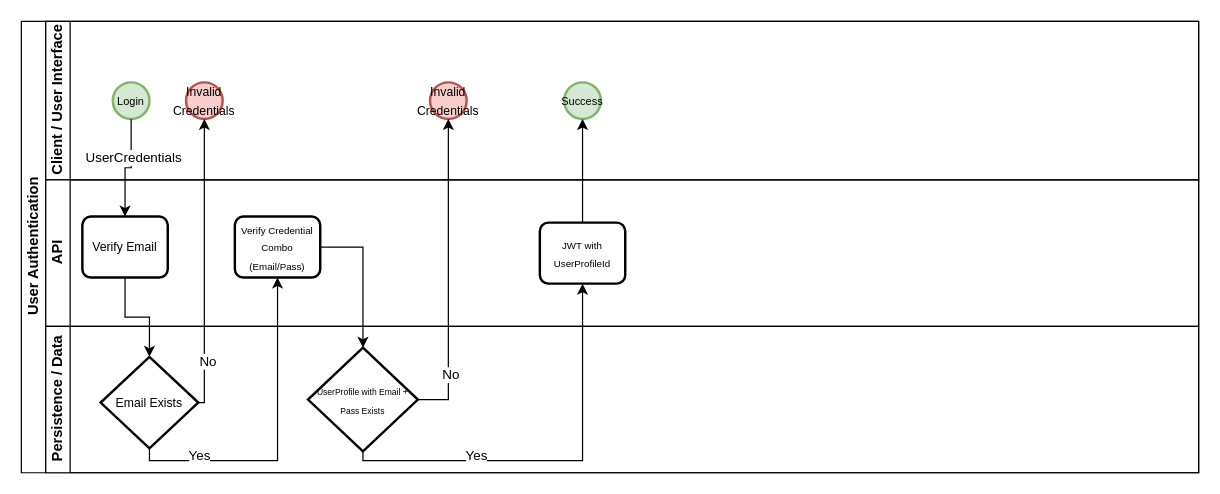
Earlier version of the draw.io diagram docs/UserAuthJourney.drawio (PatersonMichael/cs2-honors-project-knowledge-base-app). Source tidied: cells renumbered, new cells numbered last; positions are measured from the earlier drawing's top-left corner, leaving out a move shared by most shapes. Both pictures are drawn from the tidied source at 122%, with x=0, y=0 at pixel (21, 21).
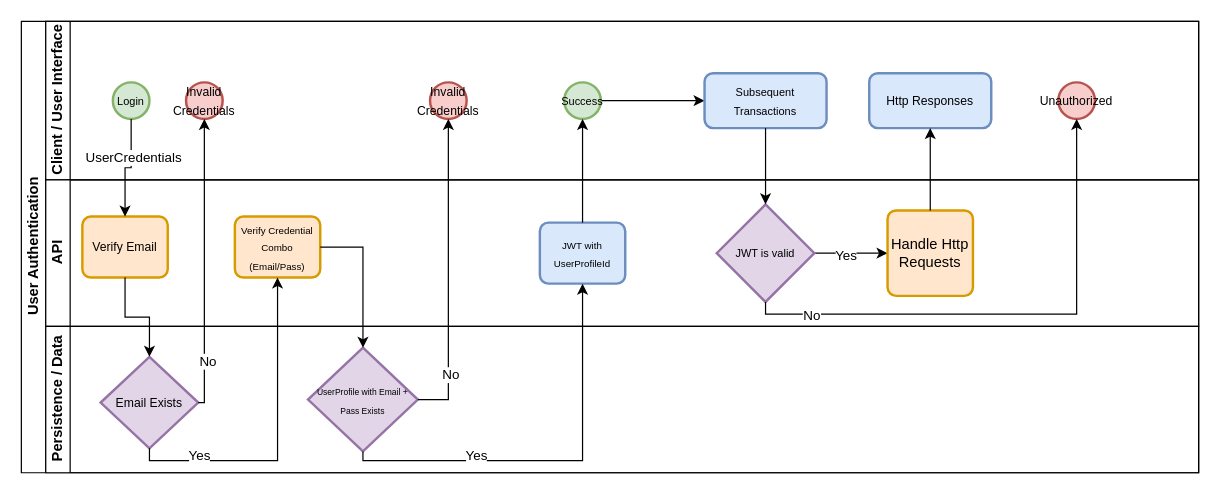
The same page after the edit.

The change refers to these unchanged cells:
```xml
<mxCell id="2" value="User Authentication" style="swimlane;horizontal=0;startSize=20;html=1;" parent="1" vertex="1">
  <mxGeometry width="965" height="370" as="geometry" />
</mxCell>
<mxCell id="3" value="Client / User Interface" style="swimlane;startSize=20;horizontal=0;html=1;" parent="2" vertex="1">
  <mxGeometry x="20" width="945" height="130" as="geometry" />
</mxCell>
<mxCell id="4" value="&lt;font style=&quot;font-size: 9px;&quot;&gt;Success&lt;/font&gt;" style="strokeWidth=2;html=1;shape=mxgraph.flowchart.start_2;whiteSpace=wrap;fillColor=#d5e8d4;strokeColor=#82b366;" parent="3" vertex="1">
  <mxGeometry x="425" y="50" width="30" height="30" as="geometry" />
</mxCell>
<mxCell id="8" value="API" style="swimlane;startSize=20;horizontal=0;html=1;" parent="2" vertex="1">
  <mxGeometry x="20" y="130" width="945" height="120" as="geometry" />
</mxCell>
<mxCell id="12" value="Persistence / Data" style="swimlane;startSize=20;horizontal=0;html=1;" parent="2" vertex="1">
  <mxGeometry x="20" y="250" width="945" height="120" as="geometry" />
</mxCell>
```

Diff of the diagram source:
```diff
@@
+    <mxCell id="28" style="edgeStyle=orthogonalEdgeStyle;rounded=0;jettySize=auto;html=1;" parent="3" edge="1" source="4" target="29">
+      <mxGeometry relative="1" as="geometry" />
+    </mxCell>
@@
+    <mxCell id="29" value="&lt;font style=&quot;font-size: 9px;&quot;&gt;Subsequent Transactions&lt;/font&gt;" style="rounded=1;whiteSpace=wrap;html=1;absoluteArcSize=1;arcSize=14;strokeWidth=2;fillColor=#dae8fc;strokeColor=#6c8ebf;" parent="3" vertex="1">
+      <mxGeometry x="540" y="42.5" width="100" height="45" as="geometry" />
+    </mxCell>
+    <mxCell id="30" value="&lt;font size=&quot;1&quot;&gt;Http Responses&lt;/font&gt;" style="rounded=1;whiteSpace=wrap;html=1;absoluteArcSize=1;arcSize=14;strokeWidth=2;fillColor=#dae8fc;strokeColor=#6c8ebf;" parent="3" vertex="1">
+      <mxGeometry x="675" y="42.5" width="100" height="45" as="geometry" />
+    </mxCell>
+    <mxCell id="31" value="&lt;font size=&quot;1&quot;&gt;Unauthorized&lt;/font&gt;" style="strokeWidth=2;html=1;shape=mxgraph.flowchart.start_2;whiteSpace=wrap;fillColor=#f8cecc;strokeColor=#b85450;" parent="3" vertex="1">
+      <mxGeometry x="830" y="50" width="30" height="30" as="geometry" />
+    </mxCell>
@@
-    <mxCell id="9" value="&lt;font size=&quot;1&quot;&gt;Verify Email&lt;/font&gt;" style="rounded=1;whiteSpace=wrap;html=1;absoluteArcSize=1;arcSize=14;strokeWidth=2;" parent="8" vertex="1">
+    <mxCell id="9" value="&lt;font size=&quot;1&quot;&gt;Verify Email&lt;/font&gt;" style="rounded=1;whiteSpace=wrap;html=1;absoluteArcSize=1;arcSize=14;strokeWidth=2;fillColor=#ffe6cc;strokeColor=#d79b00;" parent="8" vertex="1">
       <mxGeometry x="30" y="30" width="70" height="50" as="geometry" />
     </mxCell>
-    <mxCell id="10" value="&lt;font style=&quot;font-size: 8px;&quot;&gt;Verify Credential Combo (Email/Pass)&lt;/font&gt;" style="rounded=1;whiteSpace=wrap;html=1;absoluteArcSize=1;arcSize=14;strokeWidth=2;" parent="8" vertex="1">
+    <mxCell id="10" value="&lt;font style=&quot;font-size: 8px;&quot;&gt;Verify Credential Combo (Email/Pass)&lt;/font&gt;" style="rounded=1;whiteSpace=wrap;html=1;absoluteArcSize=1;arcSize=14;strokeWidth=2;fillColor=#ffe6cc;strokeColor=#d79b00;" parent="8" vertex="1">
       <mxGeometry x="155" y="30" width="70" height="50" as="geometry" />
     </mxCell>
-    <mxCell id="11" value="&lt;font style=&quot;font-size: 8px;&quot;&gt;JWT with UserProfileId&lt;/font&gt;" style="rounded=1;whiteSpace=wrap;html=1;absoluteArcSize=1;arcSize=14;strokeWidth=2;" parent="8" vertex="1">
+    <mxCell id="11" value="&lt;font style=&quot;font-size: 8px;&quot;&gt;JWT with UserProfileId&lt;/font&gt;" style="rounded=1;whiteSpace=wrap;html=1;absoluteArcSize=1;arcSize=14;strokeWidth=2;fillColor=#dae8fc;strokeColor=#6c8ebf;" parent="8" vertex="1">
       <mxGeometry x="405" y="35" width="70" height="50" as="geometry" />
     </mxCell>
+    <mxCell id="32" style="edgeStyle=orthogonalEdgeStyle;rounded=0;jettySize=auto;html=1;entryX=0;entryY=0.5;entryDx=0;entryDy=0;" parent="8" edge="1" source="34" target="35">
+      <mxGeometry relative="1" as="geometry" />
+    </mxCell>
+    <mxCell id="33" value="Yes" style="edgeLabel;html=1;align=center;verticalAlign=middle;" parent="32" vertex="1">
+      <mxGeometry x="-0.18" y="-1" relative="1" as="geometry" />
+    </mxCell>
+    <mxCell id="34" value="&lt;font style=&quot;font-size: 9px;&quot;&gt;JWT is valid&lt;/font&gt;" style="strokeWidth=2;html=1;shape=mxgraph.flowchart.decision;whiteSpace=wrap;fillColor=#e1d5e7;strokeColor=#9673a6;" parent="8" vertex="1">
+      <mxGeometry x="550" y="20" width="80" height="80" as="geometry" />
+    </mxCell>
+    <mxCell id="35" value="Handle Http Requests" style="rounded=1;whiteSpace=wrap;html=1;absoluteArcSize=1;arcSize=14;strokeWidth=2;fillColor=#ffe6cc;strokeColor=#d79b00;" parent="8" vertex="1">
+      <mxGeometry x="690" y="25" width="70" height="70" as="geometry" />
+    </mxCell>
@@
-    <mxCell id="13" value="&lt;font size=&quot;1&quot;&gt;Email Exists&lt;/font&gt;" style="strokeWidth=2;html=1;shape=mxgraph.flowchart.decision;whiteSpace=wrap;" parent="12" vertex="1">
+    <mxCell id="13" value="&lt;font size=&quot;1&quot;&gt;Email Exists&lt;/font&gt;" style="strokeWidth=2;html=1;shape=mxgraph.flowchart.decision;whiteSpace=wrap;fillColor=#e1d5e7;strokeColor=#9673a6;" parent="12" vertex="1">
       <mxGeometry x="45" y="25" width="80" height="75" as="geometry" />
     </mxCell>
-    <mxCell id="14" value="&lt;font style=&quot;font-size: 7px;&quot;&gt;UserProfile with Email + Pass Exists&lt;/font&gt;" style="strokeWidth=2;html=1;shape=mxgraph.flowchart.decision;whiteSpace=wrap;" parent="12" vertex="1">
+    <mxCell id="14" value="&lt;font style=&quot;font-size: 7px;&quot;&gt;UserProfile with Email + Pass Exists&lt;/font&gt;" style="strokeWidth=2;html=1;shape=mxgraph.flowchart.decision;whiteSpace=wrap;fillColor=#e1d5e7;strokeColor=#9673a6;" parent="12" vertex="1">
       <mxGeometry x="215" y="17.5" width="90" height="85" as="geometry" />
     </mxCell>
@@
+    <mxCell id="36" style="edgeStyle=orthogonalEdgeStyle;rounded=0;jettySize=auto;html=1;entryX=0.5;entryY=0;entryDx=0;entryDy=0;entryPerimeter=0;" parent="2" edge="1" source="29" target="34">
+      <mxGeometry relative="1" as="geometry" />
+    </mxCell>
+    <mxCell id="37" style="edgeStyle=orthogonalEdgeStyle;rounded=0;jettySize=auto;html=1;entryX=0.5;entryY=1;entryDx=0;entryDy=0;" parent="2" edge="1" source="35" target="30">
+      <mxGeometry relative="1" as="geometry" />
+    </mxCell>
+    <mxCell id="38" style="edgeStyle=orthogonalEdgeStyle;rounded=0;jettySize=auto;html=1;entryX=0.5;entryY=1;entryDx=0;entryDy=0;entryPerimeter=0;" parent="2" edge="1" source="34" target="31">
+      <mxGeometry relative="1" as="geometry">
+        <Array as="points">
+          <mxPoint x="610" y="240" />
+          <mxPoint x="865" y="240" />
+        </Array>
+      </mxGeometry>
+    </mxCell>
+    <mxCell id="39" value="No" style="edgeLabel;html=1;align=center;verticalAlign=middle;" parent="38" vertex="1">
+      <mxGeometry x="-0.78" relative="1" as="geometry" />
+    </mxCell>
```
